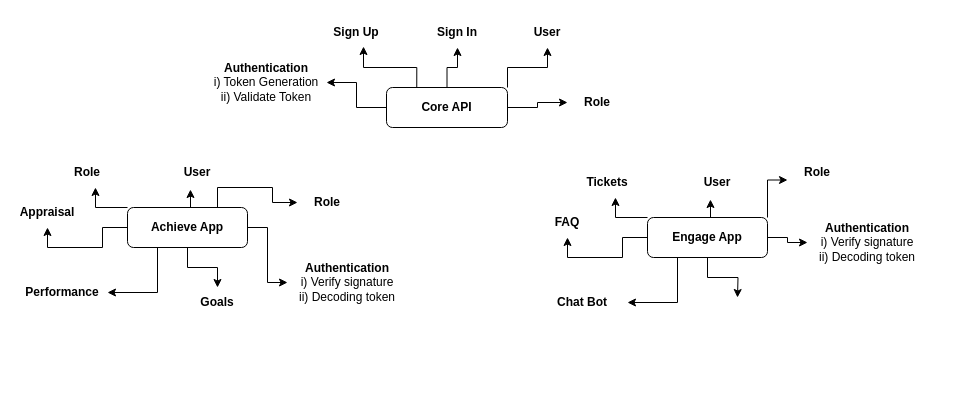
triconlabs/Documentation keeps this draw.io diagram as page "Domain Architecture Diagram" (7 of 7) of PowerHCM.drawio. Above is the earlier version. Source tidied: cells renumbered, new cells numbered last; positions are measured from the earlier drawing's top-left corner, leaving out a move shared by most shapes. Both pictures are drawn from the tidied source at 100%, with x=0, y=0 at pixel (17, 17).
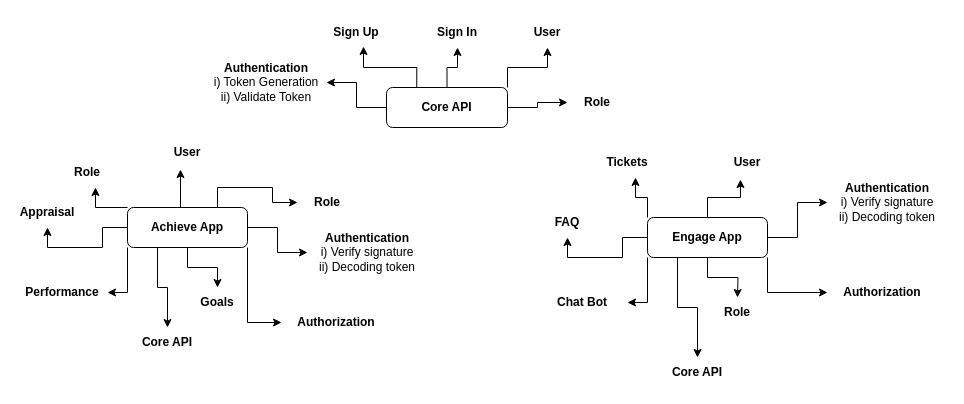
The same diagram, later.

The change refers to these unchanged cells:
```xml
<mxCell id="17" value="&lt;b&gt;Achieve App&lt;/b&gt;" style="rounded=1;whiteSpace=wrap;html=1;" parent="1" vertex="1">
  <mxGeometry x="110" y="190" width="120" height="40" as="geometry" />
</mxCell>
<mxCell id="19" value="&lt;b&gt;Performance&lt;/b&gt;" style="text;html=1;align=center;verticalAlign=middle;whiteSpace=wrap;rounded=0;" parent="1" vertex="1">
  <mxGeometry y="260" width="90" height="30" as="geometry" />
</mxCell>
<mxCell id="32" value="&lt;b&gt;Engage App&lt;/b&gt;" style="rounded=1;whiteSpace=wrap;html=1;" parent="1" vertex="1">
  <mxGeometry x="630" y="200" width="120" height="40" as="geometry" />
</mxCell>
<mxCell id="33" value="&lt;b&gt;Chat Bot&lt;/b&gt;" style="text;html=1;align=center;verticalAlign=middle;whiteSpace=wrap;rounded=0;" parent="1" vertex="1">
  <mxGeometry x="520" y="270" width="90" height="30" as="geometry" />
</mxCell>
```

The edit, as a diff of the source:
```diff
@@
-    <mxCell id="13" style="edgeStyle=orthogonalEdgeStyle;rounded=0;jettySize=auto;html=1;exitX=0.25;exitY=1;exitDx=0;exitDy=0;entryX=1;entryY=0.5;entryDx=0;entryDy=0;" parent="1" edge="1" source="17" target="19">
-      <mxGeometry relative="1" as="geometry" />
-    </mxCell>
@@
+    <mxCell id="42" style="edgeStyle=orthogonalEdgeStyle;rounded=0;jettySize=auto;html=1;exitX=0.25;exitY=1;exitDx=0;exitDy=0;entryX=0.5;entryY=0;entryDx=0;entryDy=0;" parent="1" edge="1" source="17" target="48">
+      <mxGeometry relative="1" as="geometry" />
+    </mxCell>
+    <mxCell id="13" style="edgeStyle=orthogonalEdgeStyle;rounded=0;jettySize=auto;html=1;exitX=0;exitY=1;exitDx=0;exitDy=0;entryX=1;entryY=0.5;entryDx=0;entryDy=0;" parent="1" edge="1" source="17" target="19">
+      <mxGeometry relative="1" as="geometry" />
+    </mxCell>
@@
     <mxCell id="21" value="&lt;b&gt;User&lt;/b&gt;" style="text;html=1;align=center;verticalAlign=middle;whiteSpace=wrap;rounded=0;" parent="1" vertex="1">
-      <mxGeometry x="150" y="140" width="60" height="30" as="geometry" />
+      <mxGeometry x="140" y="120" width="60" height="30" as="geometry" />
     </mxCell>
@@
     <mxCell id="26" value="&lt;b&gt;Authentication&lt;/b&gt;&lt;div&gt;i) Verify signature&lt;/div&gt;&lt;div&gt;ii) Decoding token&lt;/div&gt;" style="text;html=1;align=center;verticalAlign=middle;whiteSpace=wrap;rounded=0;" parent="1" vertex="1">
-      <mxGeometry x="270" y="240" width="120" height="50" as="geometry" />
+      <mxGeometry x="290" y="210" width="120" height="50" as="geometry" />
     </mxCell>
@@
-    <mxCell id="28" style="edgeStyle=orthogonalEdgeStyle;rounded=0;jettySize=auto;html=1;exitX=0.25;exitY=1;exitDx=0;exitDy=0;entryX=1;entryY=0.5;entryDx=0;entryDy=0;" parent="1" edge="1" source="32" target="33">
-      <mxGeometry relative="1" as="geometry" />
-    </mxCell>
@@
-    <mxCell id="31" style="edgeStyle=orthogonalEdgeStyle;rounded=0;jettySize=auto;html=1;exitX=1;exitY=0;exitDx=0;exitDy=0;entryX=0;entryY=0.75;entryDx=0;entryDy=0;" parent="1" edge="1" source="32" target="41">
-      <mxGeometry relative="1" as="geometry" />
-    </mxCell>
+    <mxCell id="43" style="edgeStyle=orthogonalEdgeStyle;rounded=0;jettySize=auto;html=1;exitX=1;exitY=1;exitDx=0;exitDy=0;entryX=0;entryY=0.5;entryDx=0;entryDy=0;" parent="1" edge="1" source="32" target="46">
+      <mxGeometry relative="1" as="geometry" />
+    </mxCell>
+    <mxCell id="28" style="edgeStyle=orthogonalEdgeStyle;rounded=0;jettySize=auto;html=1;exitX=0;exitY=1;exitDx=0;exitDy=0;entryX=1;entryY=0.5;entryDx=0;entryDy=0;" parent="1" edge="1" source="32" target="33">
+      <mxGeometry relative="1" as="geometry" />
+    </mxCell>
+    <mxCell id="44" style="edgeStyle=orthogonalEdgeStyle;rounded=0;jettySize=auto;html=1;exitX=0.25;exitY=1;exitDx=0;exitDy=0;entryX=0.5;entryY=0;entryDx=0;entryDy=0;" parent="1" edge="1" source="32" target="49">
+      <mxGeometry relative="1" as="geometry" />
+    </mxCell>
@@
     <mxCell id="35" value="&lt;b&gt;User&lt;/b&gt;" style="text;html=1;align=center;verticalAlign=middle;whiteSpace=wrap;rounded=0;" parent="1" vertex="1">
-      <mxGeometry x="670" y="150" width="60" height="30" as="geometry" />
+      <mxGeometry x="700" y="130" width="60" height="30" as="geometry" />
     </mxCell>
     <mxCell id="36" value="&lt;b&gt;Tickets&lt;/b&gt;" style="text;html=1;align=center;verticalAlign=middle;whiteSpace=wrap;rounded=0;" parent="1" vertex="1">
-      <mxGeometry x="560" y="150" width="60" height="30" as="geometry" />
+      <mxGeometry x="580" y="130" width="60" height="30" as="geometry" />
     </mxCell>
@@
     <mxCell id="39" value="&lt;b&gt;Authentication&lt;/b&gt;&lt;div&gt;i) Verify signature&lt;/div&gt;&lt;div&gt;ii) Decoding token&lt;/div&gt;" style="text;html=1;align=center;verticalAlign=middle;whiteSpace=wrap;rounded=0;" parent="1" vertex="1">
-      <mxGeometry x="790" y="200" width="120" height="50" as="geometry" />
+      <mxGeometry x="810" y="160" width="120" height="50" as="geometry" />
     </mxCell>
@@
     <mxCell id="41" value="&lt;b&gt;Role&lt;/b&gt;" style="text;html=1;align=center;verticalAlign=middle;whiteSpace=wrap;rounded=0;" parent="1" vertex="1">
-      <mxGeometry x="770" y="140" width="60" height="30" as="geometry" />
+      <mxGeometry x="690" y="280" width="60" height="30" as="geometry" />
     </mxCell>
+    <mxCell id="45" value="&lt;b&gt;Authorization&lt;/b&gt;" style="text;html=1;align=center;verticalAlign=middle;whiteSpace=wrap;rounded=0;" parent="1" vertex="1">
+      <mxGeometry x="264" y="290" width="110" height="30" as="geometry" />
+    </mxCell>
+    <mxCell id="46" value="&lt;b&gt;Authorization&lt;/b&gt;" style="text;html=1;align=center;verticalAlign=middle;whiteSpace=wrap;rounded=0;" parent="1" vertex="1">
+      <mxGeometry x="810" y="260" width="110" height="30" as="geometry" />
+    </mxCell>
+    <mxCell id="47" style="edgeStyle=orthogonalEdgeStyle;rounded=0;jettySize=auto;html=1;exitX=1;exitY=1;exitDx=0;exitDy=0;entryX=0;entryY=0.5;entryDx=0;entryDy=0;" parent="1" edge="1" source="17" target="45">
+      <mxGeometry relative="1" as="geometry" />
+    </mxCell>
+    <mxCell id="48" value="&lt;b&gt;Core API&lt;/b&gt;" style="text;html=1;align=center;verticalAlign=middle;whiteSpace=wrap;rounded=0;" parent="1" vertex="1">
+      <mxGeometry x="120" y="310" width="60" height="30" as="geometry" />
+    </mxCell>
+    <mxCell id="49" value="&lt;b&gt;Core API&lt;/b&gt;" style="text;html=1;align=center;verticalAlign=middle;whiteSpace=wrap;rounded=0;" parent="1" vertex="1">
+      <mxGeometry x="650" y="340" width="60" height="30" as="geometry" />
+    </mxCell>
```
